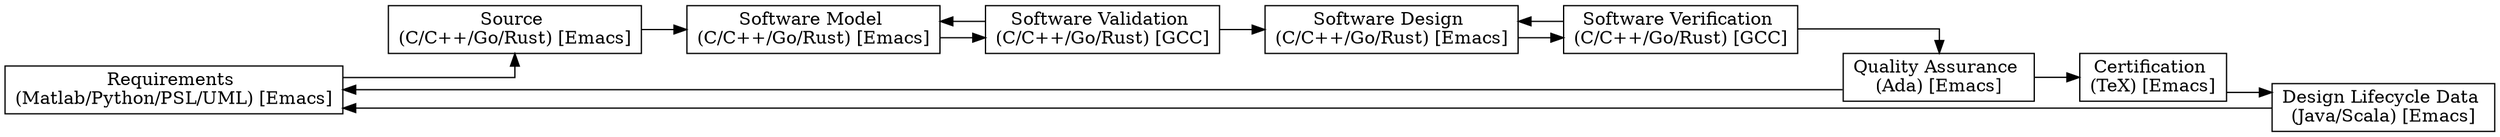
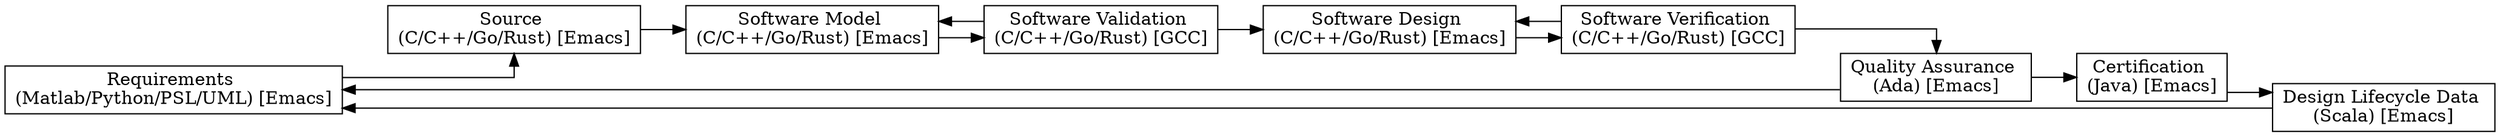
digraph Project {
  // Introduction
  graph [rankdir = LR, splines=ortho];
  node[shape=record];

  // Blocks
  Requirements[label="Requirements \n(Matlab/Python/PSL/UML) [Emacs]"];
  Source[label="Source \n(C/C++/Go/Rust) [Emacs]"];
  Model[label="Software Model \n(C/C++/Go/Rust) [Emacs]"];
  Validation[label="Software Validation \n(C/C++/Go/Rust) [GCC]"];
  Design[label="Software Design \n(C/C++/Go/Rust) [Emacs]"];
  Verification[label="Software Verification \n(C/C++/Go/Rust) [GCC]"];
  Quality[label="Quality Assurance \n(Ada) [Emacs]"];
-   Certification[label="Certification \n(TeX) [Emacs]"];
-   Lifecycle[label="Design Lifecycle Data \n(Java/Scala) [Emacs]"];
+   Certification[label="Certification \n(Java) [Emacs]"];
+   Lifecycle[label="Design Lifecycle Data \n(Scala) [Emacs]"];

  // Sequence
  Requirements -> Source;
  Source -> Model;
  Model -> Validation;
  Validation -> Design;
  Design -> Verification;
  Verification -> Quality;
  Quality -> Certification;
  Certification -> Lifecycle;
  Lifecycle -> Requirements;

  // Feedback
  Validation -> Model;
  Verification -> Design;
  Quality -> Requirements;
}
